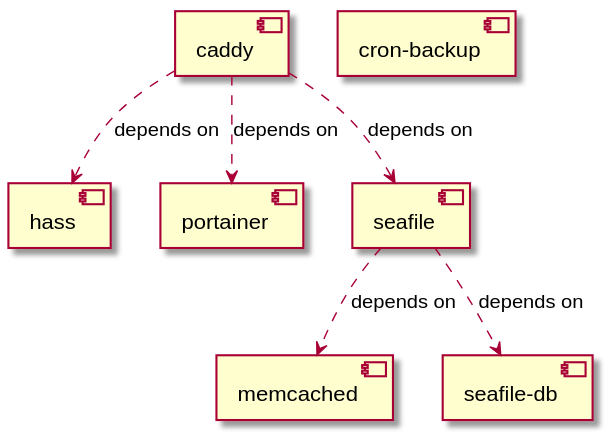
Earlier version of the PlantUML export services_graph.svg (CS-Tao/pi-services). The source it was exported from:
```plantuml
@startuml
skinparam componentStyle uml2
[caddy]
[cron-backup]
[hass]
[memcached]
[portainer]
[seafile]
[seafile-db]
[caddy] ..> [hass] : depends on
[caddy] ..> [portainer] : depends on
[caddy] ..> [seafile] : depends on
[seafile] ..> [memcached] : depends on
[seafile] ..> [seafile-db] : depends on

@enduml
```
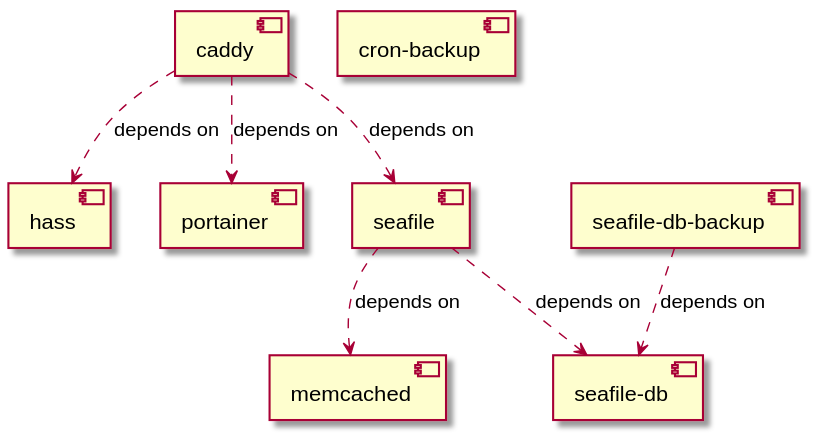
The same file after the commit.

Commit message:
Automated deployment: Thu Feb  6 15:09:37 UTC 2020 5ebd9fc6279afd4c69f2d34c03e3e83d5c051c4f

The edit, as a diff of the source:
```diff
@@ -7,10 +7,12 @@
 [portainer]
 [seafile]
 [seafile-db]
+[seafile-db-backup]
 [caddy] ..> [hass] : depends on
 [caddy] ..> [portainer] : depends on
 [caddy] ..> [seafile] : depends on
 [seafile] ..> [memcached] : depends on
 [seafile] ..> [seafile-db] : depends on
+[seafile-db-backup] ..> [seafile-db] : depends on
 
 @enduml
```
